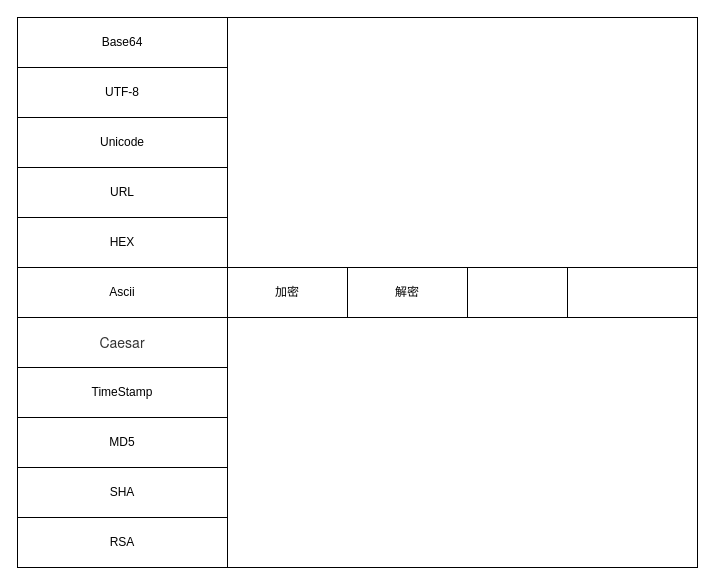
Zephyrccc/ImageHostingService keeps this draw.io diagram as blog/draw.drawio. Above is the earlier version. Source tidied: cells renumbered, new cells numbered last; positions are measured from the earlier drawing's top-left corner, leaving out a move shared by most shapes. Both pictures are drawn from the tidied source at 100%, with x=0, y=0 at pixel (17, 17).
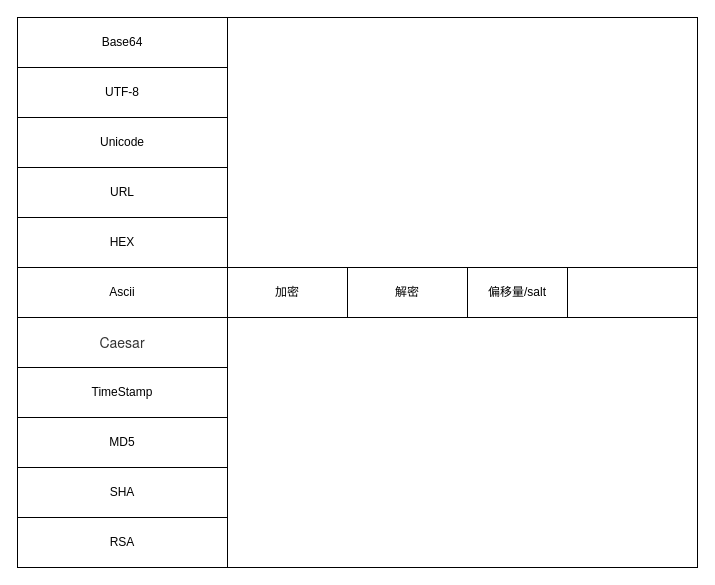
The same diagram, later.

What changed in the source:
```diff
@@
 <mxGraphModel>
   <root>
     <mxCell id="0" />
     <mxCell id="1" parent="0" />
     <mxCell id="2" style="rounded=0;whiteSpace=wrap;html=1;" parent="1" vertex="1">
       <mxGeometry width="680" height="550" as="geometry" />
     </mxCell>
     <mxCell id="3" style="rounded=0;whiteSpace=wrap;html=1;" parent="1" vertex="1">
       <mxGeometry width="210" height="550" as="geometry" />
     </mxCell>
     <mxCell id="4" value="Base64" style="rounded=0;whiteSpace=wrap;html=1;" parent="1" vertex="1">
       <mxGeometry width="210" height="50" as="geometry" />
     </mxCell>
     <mxCell id="5" value="UTF-8" style="rounded=0;whiteSpace=wrap;html=1;" parent="1" vertex="1">
       <mxGeometry y="50" width="210" height="50" as="geometry" />
     </mxCell>
     <mxCell id="6" value="Unicode" style="rounded=0;whiteSpace=wrap;html=1;" parent="1" vertex="1">
       <mxGeometry y="100" width="210" height="50" as="geometry" />
     </mxCell>
     <mxCell id="7" value="URL" style="rounded=0;whiteSpace=wrap;html=1;" parent="1" vertex="1">
       <mxGeometry y="150" width="210" height="50" as="geometry" />
     </mxCell>
     <mxCell id="8" value="HEX" style="rounded=0;whiteSpace=wrap;html=1;" parent="1" vertex="1">
       <mxGeometry y="200" width="210" height="50" as="geometry" />
     </mxCell>
     <mxCell id="9" value="Ascii" style="rounded=0;whiteSpace=wrap;html=1;" parent="1" vertex="1">
       <mxGeometry y="250" width="210" height="50" as="geometry" />
     </mxCell>
     <mxCell id="10" value="&lt;span style=&quot;color: rgb(51, 51, 51); font-family: &amp;quot;Helvetica Neue&amp;quot;, Helvetica, Arial, &amp;quot;PingFang SC&amp;quot;, &amp;quot;Hiragino Sans GB&amp;quot;, &amp;quot;Microsoft YaHei&amp;quot;, &amp;quot;WenQuanYi Micro Hei&amp;quot;, sans-serif; font-size: 14px; text-align: start; text-indent: 28px; background-color: rgb(255, 255, 255);&quot;&gt;Caesar&lt;/span&gt;" style="rounded=0;whiteSpace=wrap;html=1;" parent="1" vertex="1">
       <mxGeometry y="300" width="210" height="50" as="geometry" />
     </mxCell>
     <mxCell id="11" value="TimeStamp" style="rounded=0;whiteSpace=wrap;html=1;" parent="1" vertex="1">
       <mxGeometry y="350" width="210" height="50" as="geometry" />
     </mxCell>
     <mxCell id="12" value="MD5" style="rounded=0;whiteSpace=wrap;html=1;" parent="1" vertex="1">
       <mxGeometry y="400" width="210" height="50" as="geometry" />
     </mxCell>
     <mxCell id="13" value="SHA" style="rounded=0;whiteSpace=wrap;html=1;" parent="1" vertex="1">
       <mxGeometry y="450" width="210" height="50" as="geometry" />
     </mxCell>
     <mxCell id="14" value="RSA" style="rounded=0;whiteSpace=wrap;html=1;" parent="1" vertex="1">
       <mxGeometry y="500" width="210" height="50" as="geometry" />
     </mxCell>
     <mxCell id="15" style="rounded=0;whiteSpace=wrap;html=1;" parent="1" vertex="1">
       <mxGeometry x="210" width="470" height="250" as="geometry" />
     </mxCell>
     <mxCell id="16" style="rounded=0;whiteSpace=wrap;html=1;" parent="1" vertex="1">
       <mxGeometry x="210" y="300" width="470" height="250" as="geometry" />
     </mxCell>
     <mxCell id="17" value="加密" style="rounded=0;whiteSpace=wrap;html=1;" parent="1" vertex="1">
       <mxGeometry x="210" y="250" width="120" height="50" as="geometry" />
     </mxCell>
     <mxCell id="18" value="解密" style="rounded=0;whiteSpace=wrap;html=1;" parent="1" vertex="1">
       <mxGeometry x="330" y="250" width="120" height="50" as="geometry" />
     </mxCell>
-    <mxCell id="19" style="rounded=0;whiteSpace=wrap;html=1;" parent="1" vertex="1">
+    <mxCell id="19" value="偏移量/salt" style="rounded=0;whiteSpace=wrap;html=1;" parent="1" vertex="1">
       <mxGeometry x="450" y="250" width="100" height="50" as="geometry" />
     </mxCell>
   </root>
 </mxGraphModel>
```
